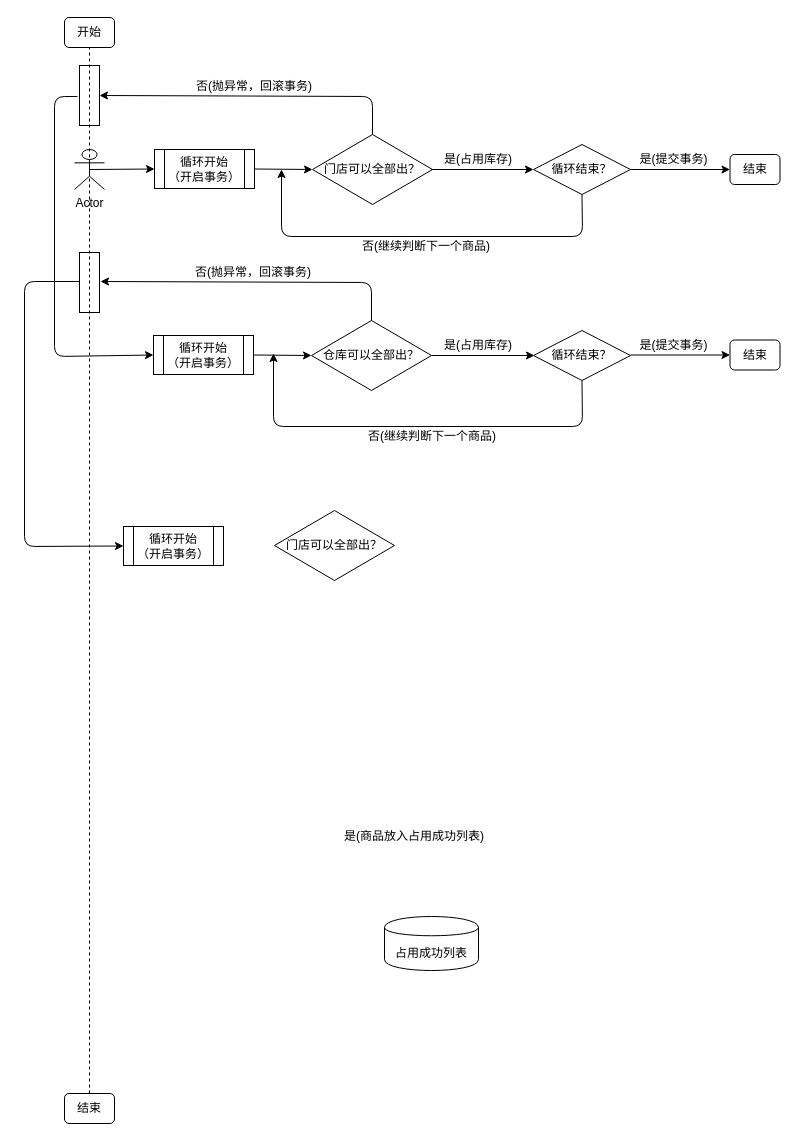
Earlier version of the draw.io diagram Untitled Diagram.drawio (zhongss404/flow). Source tidied: cells renumbered, new cells numbered last; positions are measured from the earlier drawing's top-left corner, leaving out a move shared by most shapes. Both pictures are drawn from the tidied source at 100%, with x=0, y=0 at pixel (24, 17).
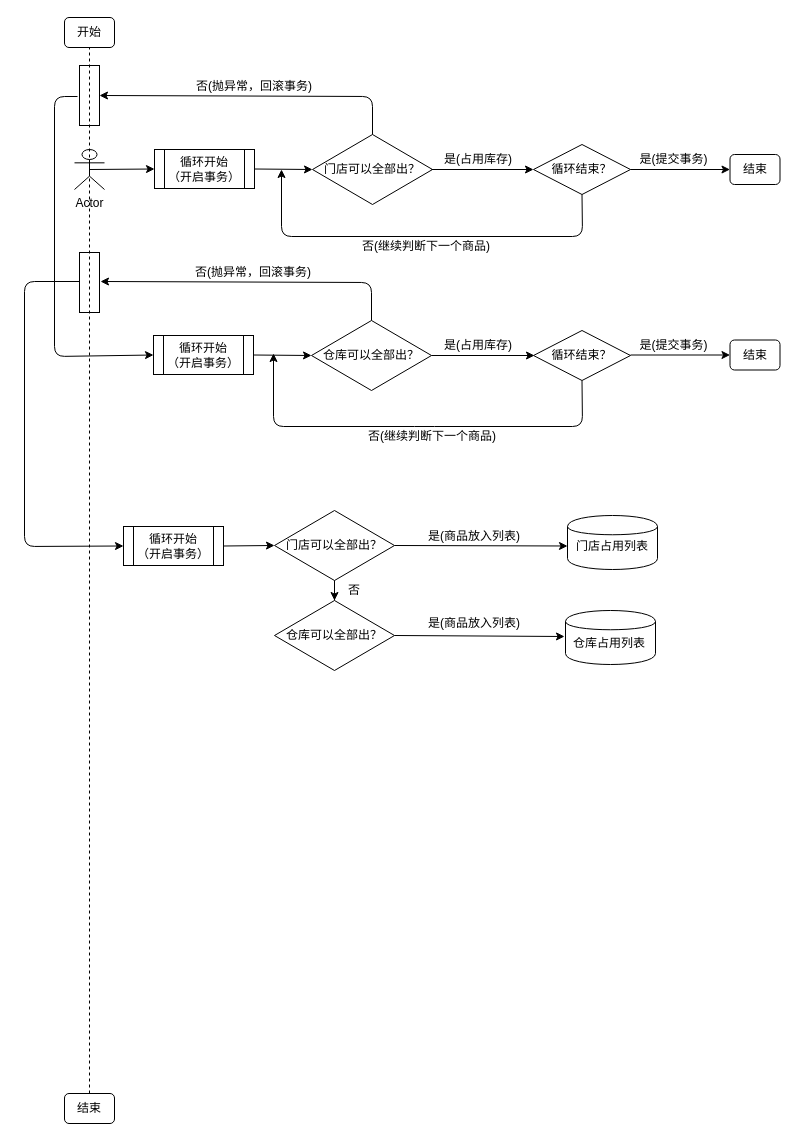
Above is the later version.

The change refers to these unchanged cells:
```xml
<mxCell id="37" value="循环开始&lt;br&gt;（开启事务）" style="shape=process;whiteSpace=wrap;html=1;backgroundOutline=1;" parent="1" vertex="1">
  <mxGeometry x="99" y="509" width="100" height="39" as="geometry" />
</mxCell>
<mxCell id="41" value="门店可以全部出？" style="rhombus;whiteSpace=wrap;html=1;" parent="1" vertex="1">
  <mxGeometry x="250" y="493" width="120" height="70" as="geometry" />
</mxCell>
```

The edit, as a diff of the source:
```diff
@@
     <mxCell id="25" style="shape=cylinder;whiteSpace=wrap;html=1;boundedLbl=1;backgroundOutline=1;" parent="1" vertex="1">
-      <mxGeometry x="360" y="899" width="94" height="54" as="geometry" />
+      <mxGeometry x="543" y="498" width="90" height="54" as="geometry" />
     </mxCell>
-    <mxCell id="26" value="占用成功列表" style="text;html=1;strokeColor=none;fillColor=none;align=center;verticalAlign=middle;whiteSpace=wrap;rounded=0;" parent="1" vertex="1">
-      <mxGeometry x="342" y="926" width="130" height="20" as="geometry" />
-    </mxCell>
-    <mxCell id="27" value="是(商品放入占用成功列表)" style="text;html=1;strokeColor=none;fillColor=none;align=center;verticalAlign=middle;whiteSpace=wrap;rounded=0;" parent="1" vertex="1">
-      <mxGeometry x="310" y="809" width="160" height="20" as="geometry" />
+    <mxCell id="27" value="是(商品放入列表)" style="text;html=1;strokeColor=none;fillColor=none;align=center;verticalAlign=middle;whiteSpace=wrap;rounded=0;" parent="1" vertex="1">
+      <mxGeometry x="370" y="509" width="160" height="20" as="geometry" />
     </mxCell>
@@
+    <mxCell id="42" style="edgeStyle=orthogonalEdgeStyle;rounded=0;jettySize=auto;html=1;" parent="1" edge="1" source="41" target="43">
+      <mxGeometry relative="1" as="geometry" />
+    </mxCell>
@@
+    <mxCell id="43" value="仓库可以全部出？" style="rhombus;whiteSpace=wrap;html=1;" parent="1" vertex="1">
+      <mxGeometry x="250" y="583" width="120" height="70" as="geometry" />
+    </mxCell>
+    <mxCell id="44" style="endArrow=classic;html=1;entryX=0;entryY=0.5;entryDx=0;entryDy=0;exitX=1;exitY=0.5;exitDx=0;exitDy=0;" parent="1" edge="1" source="37" target="41">
+      <mxGeometry relative="1" as="geometry" />
+    </mxCell>
+    <mxCell id="45" value="门店占用列表" style="text;html=1;strokeColor=none;fillColor=none;align=center;verticalAlign=middle;whiteSpace=wrap;rounded=0;" parent="1" vertex="1">
+      <mxGeometry x="543" y="518.5" width="90" height="20" as="geometry" />
+    </mxCell>
+    <mxCell id="46" style="shape=cylinder;whiteSpace=wrap;html=1;boundedLbl=1;backgroundOutline=1;" parent="1" vertex="1">
+      <mxGeometry x="541" y="593" width="90" height="54" as="geometry" />
+    </mxCell>
+    <mxCell id="47" value="仓库占用列表" style="text;html=1;strokeColor=none;fillColor=none;align=center;verticalAlign=middle;whiteSpace=wrap;rounded=0;" parent="1" vertex="1">
+      <mxGeometry x="540" y="616" width="90" height="20" as="geometry" />
+    </mxCell>
+    <mxCell id="48" style="endArrow=classic;html=1;entryX=0;entryY=0.5;entryDx=0;entryDy=0;exitX=1;exitY=0.5;exitDx=0;exitDy=0;" parent="1" edge="1" source="41" target="45">
+      <mxGeometry relative="1" as="geometry" />
+    </mxCell>
+    <mxCell id="49" style="endArrow=classic;html=1;exitX=1;exitY=0.5;exitDx=0;exitDy=0;" parent="1" edge="1" source="43">
+      <mxGeometry relative="1" as="geometry">
+        <mxPoint x="540" y="619" as="targetPoint" />
+      </mxGeometry>
+    </mxCell>
+    <mxCell id="50" value="否" style="text;html=1;strokeColor=none;fillColor=none;align=center;verticalAlign=middle;whiteSpace=wrap;rounded=0;" parent="1" vertex="1">
+      <mxGeometry x="310" y="563" width="40" height="20" as="geometry" />
+    </mxCell>
+    <mxCell id="51" value="是(商品放入列表)" style="text;html=1;strokeColor=none;fillColor=none;align=center;verticalAlign=middle;whiteSpace=wrap;rounded=0;" parent="1" vertex="1">
+      <mxGeometry x="370" y="596" width="160" height="20" as="geometry" />
+    </mxCell>
```
